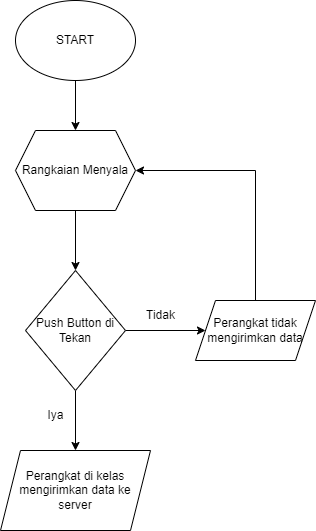
The draw.io diagram Flowpengawasangurukbm.png in gusdin25/flowchart, before a commit. Source tidied: cells renumbered, new cells last; positions are measured from the earlier drawing's top-left corner, leaving out a move shared by most shapes.
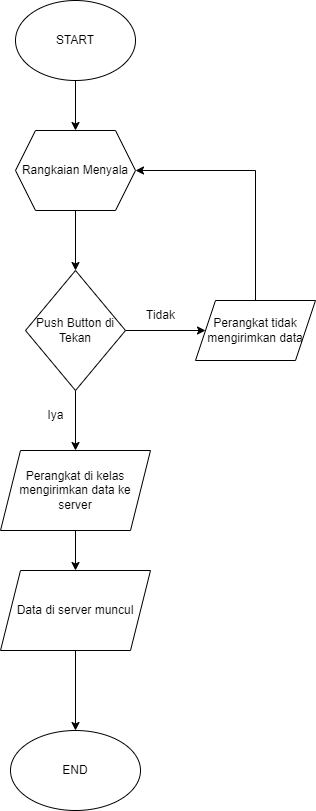
The same diagram one commit later.

Diff of the diagram source:
```diff
@@ -32,11 +32,23 @@
     <mxCell id="11" value="Tidak" style="text;html=1;align=center;verticalAlign=middle;strokeColor=none;fillColor=none;" parent="1" vertex="1">
       <mxGeometry x="135" y="300" width="50" height="30" as="geometry" />
     </mxCell>
+    <mxCell id="14" style="edgeStyle=orthogonalEdgeStyle;rounded=0;jettySize=auto;html=1;" parent="1" edge="1" source="12" target="16">
+      <mxGeometry relative="1" as="geometry" />
+    </mxCell>
     <mxCell id="12" value="Perangkat di kelas mengirimkan data ke server" style="shape=parallelogram;perimeter=parallelogramPerimeter;whiteSpace=wrap;html=1;fixedSize=1;" parent="1" vertex="1">
       <mxGeometry y="450" width="150" height="80" as="geometry" />
     </mxCell>
     <mxCell id="13" value="Iya" style="text;html=1;align=center;verticalAlign=middle;strokeColor=none;fillColor=none;" parent="1" vertex="1">
       <mxGeometry x="35" y="400" width="40" height="30" as="geometry" />
     </mxCell>
+    <mxCell id="15" style="edgeStyle=orthogonalEdgeStyle;rounded=0;jettySize=auto;html=1;" parent="1" edge="1" source="16" target="17">
+      <mxGeometry relative="1" as="geometry" />
+    </mxCell>
+    <mxCell id="16" value="Data di server muncul" style="shape=parallelogram;perimeter=parallelogramPerimeter;whiteSpace=wrap;html=1;fixedSize=1;" parent="1" vertex="1">
+      <mxGeometry y="570" width="150" height="80" as="geometry" />
+    </mxCell>
+    <mxCell id="17" value="END" style="ellipse;whiteSpace=wrap;html=1;" parent="1" vertex="1">
+      <mxGeometry x="10" y="730" width="130" height="80" as="geometry" />
+    </mxCell>
   </root>
 </mxGraphModel>
```
